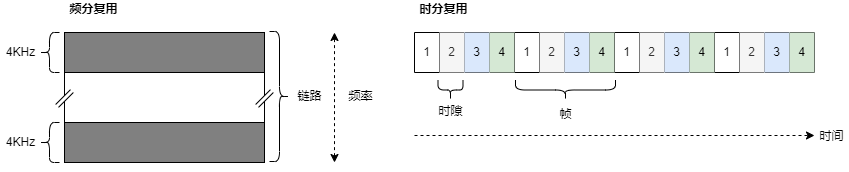
This is compute-networking/img/compute-networking_3.png from an-die-freude/computer-network-note, a draw.io export, as it was before one commit. Source tidied: cells renumbered, new cells last; positions are measured from the earlier drawing's top-left corner, leaving out a move shared by most shapes.
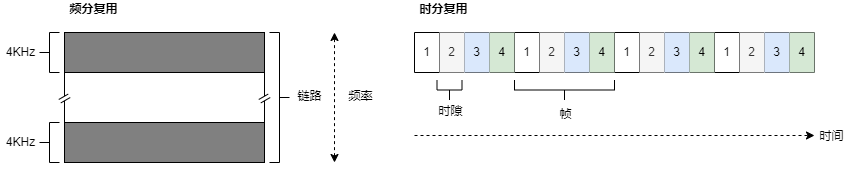
Later version of the same file.

Commit message:
compute-networking

What changed in the source:
```diff
@@ -14,8 +14,8 @@
     <mxCell id="5" style="edgeStyle=orthogonalEdgeStyle;rounded=0;jettySize=auto;html=1;entryX=1;entryY=0;entryDx=0;entryDy=0;endArrow=none;endFill=0;strokeColor=default;" parent="1" edge="1" source="6" target="3">
       <mxGeometry relative="1" as="geometry" />
     </mxCell>
-    <mxCell id="6" style="shape=partialRectangle;whiteSpace=wrap;html=1;left=0;right=0;fillColor=none;rotation=315;" parent="1" vertex="1">
-      <mxGeometry x="254" y="96" width="20" height="4" as="geometry" />
+    <mxCell id="6" style="shape=partialRectangle;whiteSpace=wrap;html=1;left=0;right=0;fillColor=none;rotation=330;" parent="1" vertex="1">
+      <mxGeometry x="259" y="96" width="10" height="4" as="geometry" />
     </mxCell>
     <mxCell id="7" style="edgeStyle=orthogonalEdgeStyle;rounded=0;jettySize=auto;html=1;entryX=0;entryY=1;entryDx=0;entryDy=0;endArrow=none;endFill=0;strokeColor=default;" parent="1" edge="1" source="9" target="2">
       <mxGeometry relative="1" as="geometry" />
@@ -23,24 +23,15 @@
     <mxCell id="8" style="edgeStyle=orthogonalEdgeStyle;rounded=0;jettySize=auto;html=1;entryX=0;entryY=0;entryDx=0;entryDy=0;endArrow=none;endFill=0;strokeColor=default;" parent="1" edge="1" source="9" target="3">
       <mxGeometry relative="1" as="geometry" />
     </mxCell>
-    <mxCell id="9" style="shape=partialRectangle;whiteSpace=wrap;html=1;left=0;right=0;fillColor=none;rotation=315;" parent="1" vertex="1">
-      <mxGeometry x="54" y="96" width="20" height="4" as="geometry" />
+    <mxCell id="9" style="shape=partialRectangle;whiteSpace=wrap;html=1;left=0;right=0;fillColor=none;rotation=330;" parent="1" vertex="1">
+      <mxGeometry x="59" y="96" width="10" height="4" as="geometry" />
     </mxCell>
-    <mxCell id="10" style="shape=curlyBracket;whiteSpace=wrap;html=1;rounded=1;fillColor=#808080;" parent="1" vertex="1">
-      <mxGeometry x="39" y="32" width="20" height="40" as="geometry" />
-    </mxCell>
     <mxCell id="11" value="4KHz" style="text;html=1;align=center;verticalAlign=middle;strokeColor=none;fillColor=none;" parent="1" vertex="1">
       <mxGeometry y="43" width="39" height="18" as="geometry" />
     </mxCell>
-    <mxCell id="12" style="shape=curlyBracket;whiteSpace=wrap;html=1;rounded=1;fillColor=#808080;" parent="1" vertex="1">
-      <mxGeometry x="39" y="122" width="20" height="40" as="geometry" />
-    </mxCell>
     <mxCell id="13" value="4KHz" style="text;html=1;align=center;verticalAlign=middle;strokeColor=none;fillColor=none;" parent="1" vertex="1">
       <mxGeometry y="133" width="39" height="18" as="geometry" />
     </mxCell>
-    <mxCell id="14" style="shape=curlyBracket;whiteSpace=wrap;html=1;rounded=1;flipH=1;fillColor=#808080;" parent="1" vertex="1">
-      <mxGeometry x="269" y="31" width="20" height="130" as="geometry" />
-    </mxCell>
     <mxCell id="15" value="链路" style="text;html=1;align=center;verticalAlign=middle;strokeColor=none;fillColor=none;" parent="1" vertex="1">
       <mxGeometry x="292" y="87" width="34" height="18" as="geometry" />
     </mxCell>
@@ -113,9 +104,6 @@
     <mxCell id="37" value="时分复用" style="text;html=1;align=center;verticalAlign=middle;strokeColor=none;fillColor=none;fontStyle=1;" parent="1" vertex="1">
       <mxGeometry x="414" width="58" height="18" as="geometry" />
     </mxCell>
-    <mxCell id="38" style="shape=curlyBracket;whiteSpace=wrap;html=1;rounded=1;rotation=270;" parent="1" vertex="1">
-      <mxGeometry x="440" y="77" width="20" height="25" as="geometry" />
-    </mxCell>
     <mxCell id="39" value="时隙" style="text;html=1;align=center;verticalAlign=middle;strokeColor=none;fillColor=none;" parent="1" vertex="1">
       <mxGeometry x="433" y="102" width="34" height="18" as="geometry" />
     </mxCell>
@@ -131,8 +119,20 @@
     <mxCell id="42" value="时间" style="text;html=1;align=center;verticalAlign=middle;strokeColor=none;fillColor=none;" parent="1" vertex="1">
       <mxGeometry x="814" y="127" width="34" height="18" as="geometry" />
     </mxCell>
-    <mxCell id="43" style="shape=curlyBracket;whiteSpace=wrap;html=1;rounded=1;rotation=270;size=0.5;" parent="1" vertex="1">
-      <mxGeometry x="555" y="39.5" width="20" height="100" as="geometry" />
-    </mxCell>
+    <mxCell id="44" style="strokeWidth=1;html=1;shape=mxgraph.flowchart.annotation_2;align=left;labelPosition=right;" parent="1" vertex="1">
+      <mxGeometry x="39" y="32" width="20" height="40" as="geometry" />
+    </mxCell>
+    <mxCell id="45" style="strokeWidth=1;html=1;shape=mxgraph.flowchart.annotation_2;align=left;labelPosition=right;" parent="1" vertex="1">
+      <mxGeometry x="39" y="122" width="20" height="40" as="geometry" />
+    </mxCell>
+    <mxCell id="46" style="strokeWidth=1;html=1;shape=mxgraph.flowchart.annotation_2;align=left;labelPosition=right;rotation=180;" parent="1" vertex="1">
+      <mxGeometry x="269" y="32" width="20" height="130" as="geometry" />
+    </mxCell>
+    <mxCell id="47" style="strokeWidth=1;html=1;shape=mxgraph.flowchart.annotation_2;align=left;labelPosition=right;rotation=270;" parent="1" vertex="1">
+      <mxGeometry x="439" y="77" width="20" height="25" as="geometry" />
+    </mxCell>
+    <mxCell id="48" style="strokeWidth=1;html=1;shape=mxgraph.flowchart.annotation_2;align=left;labelPosition=right;rotation=270;" parent="1" vertex="1">
+      <mxGeometry x="554" y="39.5" width="20" height="100" as="geometry" />
+    </mxCell>
   </root>
 </mxGraphModel>
```
